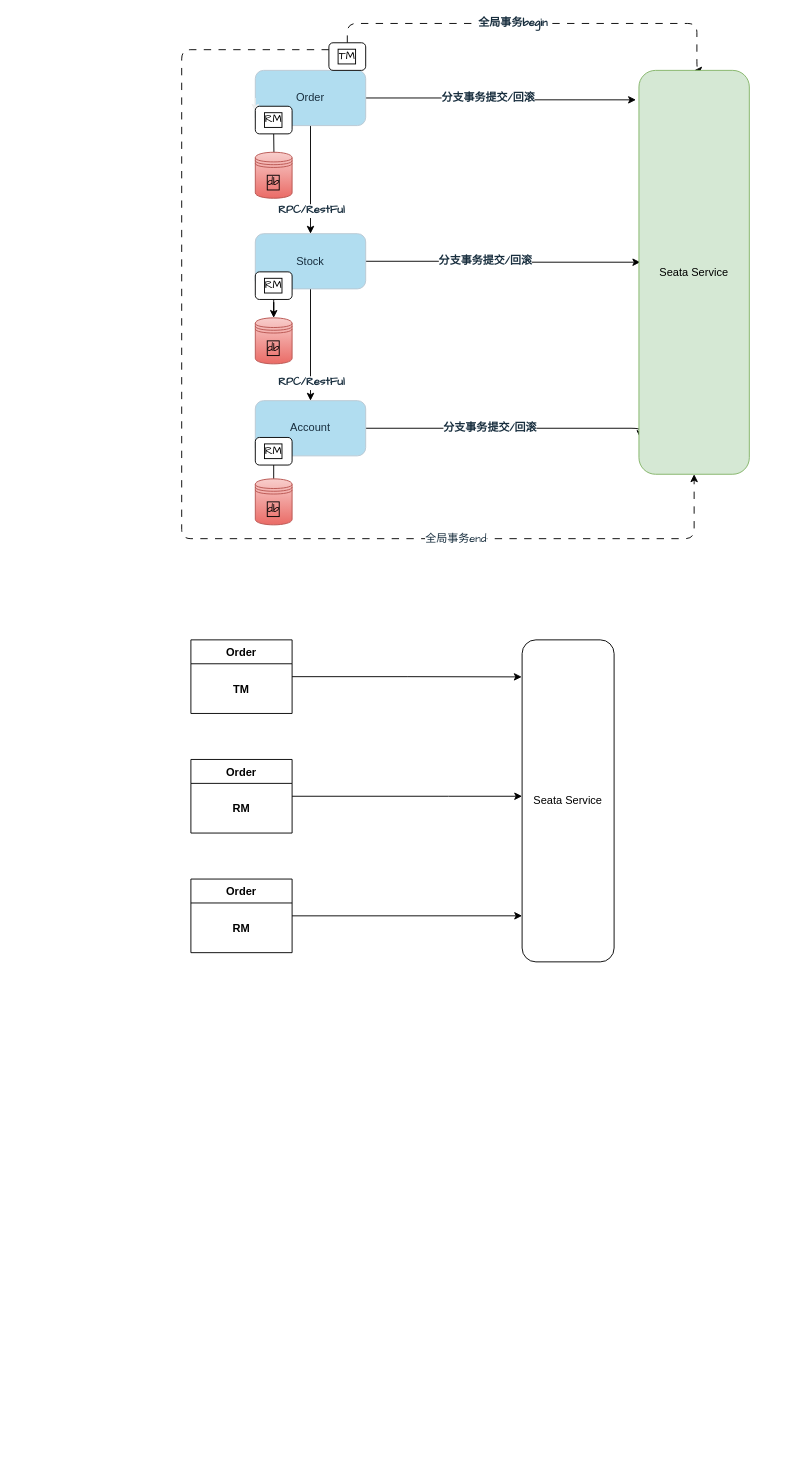
lints123/draw_project keeps this draw.io diagram as 分布式事务.drawio. Above is the earlier version. Source tidied: cells renumbered, new cells numbered last; positions are measured from the earlier drawing's top-left corner, leaving out a move shared by most shapes. Both pictures are drawn from the tidied source at 92%, with x=0, y=0 at pixel (181, 23).
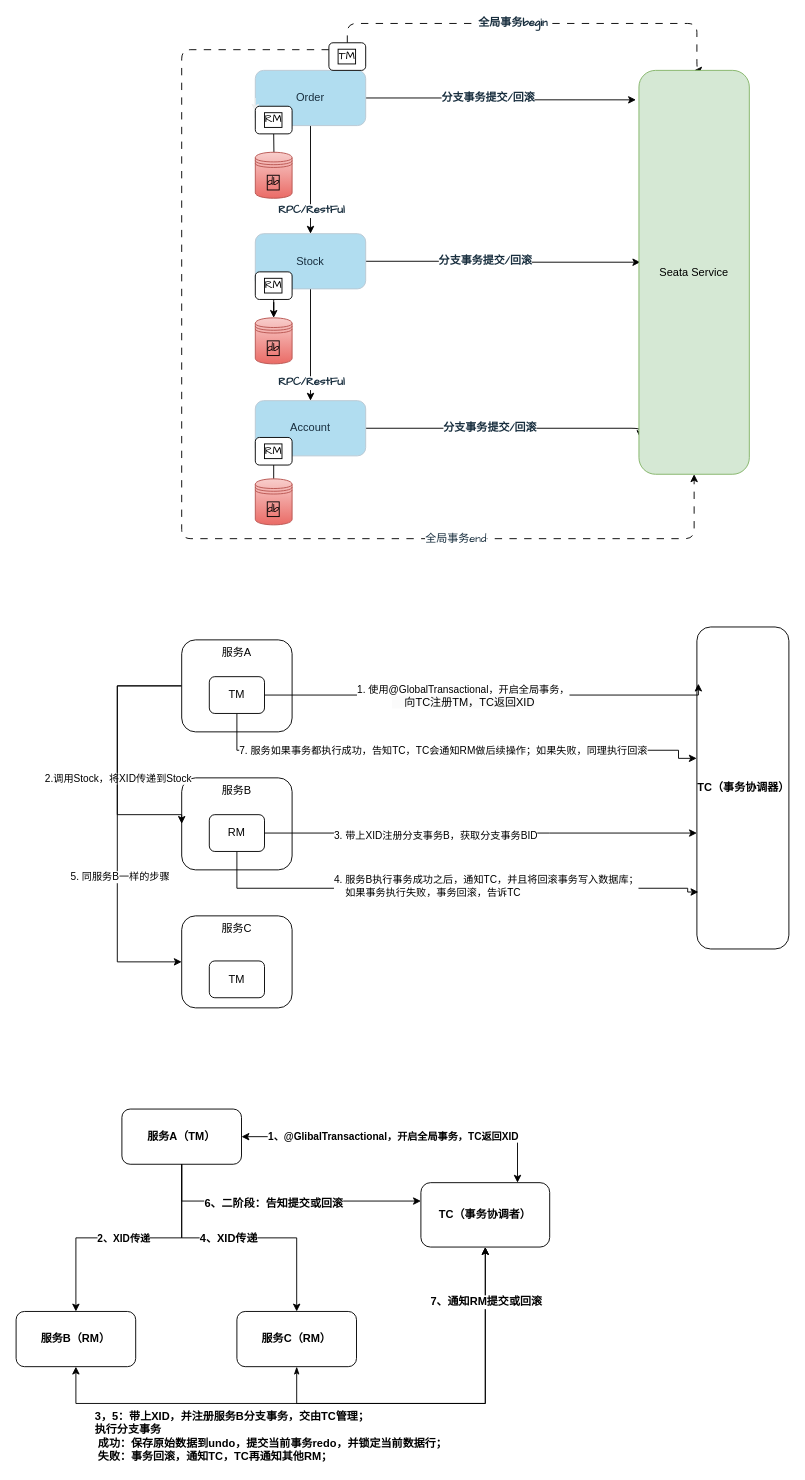
After the change.

Commit message (it also covers changes not shown here):
更新分布式事务.drawio

What changed in the source:
```diff
@@
+    <mxCell id="41" value="服务A（TM）" style="rounded=1;whiteSpace=wrap;html=1;glass=0;fontStyle=1;" parent="1" vertex="1">
+      <mxGeometry x="-65" y="1180" width="130" height="60" as="geometry" />
+    </mxCell>
+    <mxCell id="42" value="服务B" style="rounded=1;glass=0;verticalAlign=top;whiteSpace=wrap;" parent="1" vertex="1">
+      <mxGeometry y="820" width="120" height="100" as="geometry" />
+    </mxCell>
+    <mxCell id="43" style="edgeStyle=orthogonalEdgeStyle;rounded=0;jettySize=auto;html=1;startArrow=none;startFill=0;entryX=0;entryY=0.5;entryDx=0;entryDy=0;" parent="1" edge="1" source="47" target="42">
+      <mxGeometry relative="1" as="geometry">
+        <Array as="points">
+          <mxPoint x="-70" y="720" />
+          <mxPoint x="-70" y="860" />
+        </Array>
+      </mxGeometry>
+    </mxCell>
+    <mxCell id="44" value="2.调用Stock，将XID传递到Stock" style="edgeLabel;html=1;align=center;verticalAlign=middle;" parent="43" vertex="1">
+      <mxGeometry x="0.17" relative="1" as="geometry" />
+    </mxCell>
+    <mxCell id="45" style="edgeStyle=orthogonalEdgeStyle;rounded=0;jettySize=auto;html=1;startArrow=none;startFill=0;entryX=0;entryY=0.5;entryDx=0;entryDy=0;" parent="1" edge="1" source="47" target="57">
+      <mxGeometry relative="1" as="geometry">
+        <Array as="points">
+          <mxPoint x="-70" y="720" />
+          <mxPoint x="-70" y="1020" />
+        </Array>
+      </mxGeometry>
+    </mxCell>
+    <mxCell id="46" value="5. 同服务B一样的步骤" style="edgeLabel;html=1;align=center;verticalAlign=middle;" parent="45" vertex="1">
+      <mxGeometry x="0.26" y="2" relative="1" as="geometry" />
+    </mxCell>
+    <mxCell id="47" value="服务A" style="rounded=1;glass=0;verticalAlign=top;whiteSpace=wrap;" parent="1" vertex="1">
+      <mxGeometry y="670" width="120" height="100" as="geometry" />
+    </mxCell>
@@
-    <mxCell id="31" style="edgeStyle=orthogonalEdgeStyle;rounded=0;jettySize=auto;html=1;entryX=-0.004;entryY=0.115;entryDx=0;entryDy=0;entryPerimeter=0;" parent="1" edge="1" source="32" target="40">
-      <mxGeometry relative="1" as="geometry" />
-    </mxCell>
-    <mxCell id="32" value="Order" style="swimlane;fontStyle=1;horizontal=1;startSize=26;fillColor=none;swimlaneLine=1;glass=0;rounded=0;swimlaneBody=1;swimlaneHead=1;noLabel=0;portConstraintRotation=0;portConstraint=none;direction=east;snapToPoint=0;perimeter=rectanglePerimeter;align=center;" parent="1" vertex="1">
-      <mxGeometry x="10" y="670" width="110" height="80" as="geometry" />
-    </mxCell>
-    <mxCell id="33" value="TM" style="text;strokeColor=none;fillColor=none;align=center;verticalAlign=middle;spacingLeft=4;spacingRight=4;overflow=hidden;fontStyle=1;" parent="32" vertex="1">
-      <mxGeometry y="26" width="110" height="54" as="geometry" />
-    </mxCell>
+    <mxCell id="40" value="TC（事务协调器）" style="rounded=1;labelBackgroundColor=none;fontStyle=1;whiteSpace=wrap;" parent="1" vertex="1">
+      <mxGeometry x="560" y="656" width="100" height="350" as="geometry" />
+    </mxCell>
+    <mxCell id="48" style="edgeStyle=orthogonalEdgeStyle;rounded=0;jettySize=auto;entryX=0.016;entryY=0.176;entryDx=0;entryDy=0;entryPerimeter=0;startArrow=none;startFill=0;" parent="1" edge="1" source="52" target="40">
+      <mxGeometry relative="1" as="geometry">
+        <Array as="points">
+          <mxPoint x="560" y="730" />
+          <mxPoint x="560" y="730" />
+        </Array>
+      </mxGeometry>
+    </mxCell>
+    <mxCell id="49" value="1. 使用@GlobalTransactional，开启全局事务，&lt;br style=&quot;border-color: var(--border-color); padding: 0px; margin: 0px; font-size: 12px; text-align: left; background-color: rgb(251, 251, 251);&quot;&gt;&lt;span style=&quot;font-size: 12px; text-align: left; background-color: rgb(251, 251, 251);&quot;&gt;&amp;nbsp; &amp;nbsp; 向TC注册TM，TC返回XID&lt;/span&gt;" style="edgeLabel;html=1;align=center;verticalAlign=middle;" parent="48" vertex="1">
+      <mxGeometry x="-0.16" relative="1" as="geometry">
+        <mxPoint x="12" as="offset" />
+      </mxGeometry>
+    </mxCell>
+    <mxCell id="50" style="edgeStyle=orthogonalEdgeStyle;rounded=0;jettySize=auto;html=1;entryX=-0.002;entryY=0.408;entryDx=0;entryDy=0;entryPerimeter=0;startArrow=none;startFill=0;" parent="1" edge="1" source="52" target="40">
+      <mxGeometry relative="1" as="geometry">
+        <Array as="points">
+          <mxPoint x="60" y="790" />
+          <mxPoint x="540" y="790" />
+        </Array>
+      </mxGeometry>
+    </mxCell>
+    <mxCell id="51" value="7. 服务如果事务都执行成功，告知TC，TC会通知RM做后续操作；如果失败，同理执行回滚" style="edgeLabel;html=1;align=left;verticalAlign=middle;" parent="50" vertex="1">
+      <mxGeometry x="-0.44" relative="1" as="geometry">
+        <mxPoint x="-113" as="offset" />
+      </mxGeometry>
+    </mxCell>
+    <mxCell id="52" value="TM" style="rounded=1;glass=0;whiteSpace=wrap;" parent="1" vertex="1">
+      <mxGeometry x="30" y="710" width="60" height="40" as="geometry" />
+    </mxCell>
+    <mxCell id="53" style="edgeStyle=orthogonalEdgeStyle;rounded=0;jettySize=auto;html=1;startArrow=none;startFill=0;entryX=0.016;entryY=0.823;entryDx=0;entryDy=0;entryPerimeter=0;" parent="1" edge="1" source="55" target="40">
+      <mxGeometry relative="1" as="geometry">
+        <Array as="points">
+          <mxPoint x="60" y="940" />
+          <mxPoint x="550" y="940" />
+          <mxPoint x="550" y="944" />
+        </Array>
+      </mxGeometry>
+    </mxCell>
+    <mxCell id="54" value="4. 服务B执行事务成功之后，通知TC，并且将回滚事务写入数据库；&lt;br style=&quot;border-color: var(--border-color);&quot;&gt;&lt;span style=&quot;&quot;&gt;&amp;nbsp; &amp;nbsp; 如果事务执行失败，事务回滚，告诉TC&lt;/span&gt;" style="edgeLabel;html=1;align=left;verticalAlign=middle;" parent="53" vertex="1">
+      <mxGeometry x="-0.5" y="3" relative="1" as="geometry">
+        <mxPoint x="8" as="offset" />
+      </mxGeometry>
+    </mxCell>
+    <mxCell id="55" value="RM" style="rounded=1;glass=0;whiteSpace=wrap;" parent="1" vertex="1">
+      <mxGeometry x="30" y="860" width="60" height="40" as="geometry" />
+    </mxCell>
-    <mxCell id="34" style="edgeStyle=orthogonalEdgeStyle;rounded=0;jettySize=auto;html=1;" parent="1" edge="1" source="35" target="40">
+    <mxCell id="34" style="edgeStyle=orthogonalEdgeStyle;rounded=0;jettySize=auto;exitX=1;exitY=0.5;exitDx=0;exitDy=0;" parent="1" edge="1" source="55" target="40">
       <mxGeometry relative="1" as="geometry">
         <Array as="points">
-          <mxPoint x="290" y="840" />
-          <mxPoint x="290" y="840" />
+          <mxPoint x="400" y="880" />
+          <mxPoint x="400" y="880" />
         </Array>
       </mxGeometry>
     </mxCell>
-    <mxCell id="35" value="Order" style="swimlane;fontStyle=1;horizontal=1;startSize=26;fillColor=none;swimlaneLine=1;glass=0;rounded=0;swimlaneBody=1;swimlaneHead=1;noLabel=0;portConstraintRotation=0;portConstraint=none;direction=east;snapToPoint=0;perimeter=rectanglePerimeter;align=center;" parent="1" vertex="1">
-      <mxGeometry x="10" y="800" width="110" height="80" as="geometry" />
-    </mxCell>
-    <mxCell id="36" value="RM" style="text;strokeColor=none;fillColor=none;align=center;verticalAlign=middle;spacingLeft=4;spacingRight=4;overflow=hidden;fontStyle=1;" parent="35" vertex="1">
-      <mxGeometry y="26" width="110" height="54" as="geometry" />
-    </mxCell>
-    <mxCell id="37" style="edgeStyle=none;rounded=0;jettySize=auto;html=1;entryX=0;entryY=0.857;entryDx=0;entryDy=0;entryPerimeter=0;startArrow=none;startFill=0;" parent="1" edge="1" source="38" target="40">
-      <mxGeometry relative="1" as="geometry" />
-    </mxCell>
-    <mxCell id="38" value="Order" style="swimlane;fontStyle=1;horizontal=1;startSize=26;fillColor=none;swimlaneLine=1;glass=0;rounded=0;swimlaneBody=1;swimlaneHead=1;noLabel=0;portConstraintRotation=0;portConstraint=none;direction=east;snapToPoint=0;perimeter=rectanglePerimeter;align=center;" parent="1" vertex="1">
-      <mxGeometry x="10" y="930" width="110" height="80" as="geometry" />
-    </mxCell>
-    <mxCell id="39" value="RM" style="text;strokeColor=none;fillColor=none;align=center;verticalAlign=middle;spacingLeft=4;spacingRight=4;overflow=hidden;fontStyle=1;" parent="38" vertex="1">
-      <mxGeometry y="26" width="110" height="54" as="geometry" />
-    </mxCell>
-    <mxCell id="40" value="Seata Service" style="rounded=1;whiteSpace=wrap;html=1;labelBackgroundColor=none;" parent="1" vertex="1">
-      <mxGeometry x="370" y="670" width="100" height="350" as="geometry" />
-    </mxCell>
+    <mxCell id="56" value="3. 带上XID注册分支事务B，获取分支事务BID" style="edgeLabel;html=1;align=left;verticalAlign=middle;" parent="34" vertex="1">
+      <mxGeometry x="-0.68" y="-2" relative="1" as="geometry">
+        <mxPoint x="-1" as="offset" />
+      </mxGeometry>
+    </mxCell>
+    <mxCell id="57" value="服务C" style="rounded=1;glass=0;verticalAlign=top;whiteSpace=wrap;" parent="1" vertex="1">
+      <mxGeometry y="970" width="120" height="100" as="geometry" />
+    </mxCell>
+    <mxCell id="58" value="TM" style="rounded=1;glass=0;whiteSpace=wrap;" parent="1" vertex="1">
+      <mxGeometry x="30" y="1019" width="60" height="40" as="geometry" />
+    </mxCell>
+    <mxCell id="59" style="edgeStyle=orthogonalEdgeStyle;rounded=0;jettySize=auto;html=1;startArrow=classicThin;startFill=1;fontStyle=1;" parent="1" edge="1" source="60" target="65">
+      <mxGeometry relative="1" as="geometry">
+        <Array as="points">
+          <mxPoint x="125" y="1500" />
+          <mxPoint x="330" y="1500" />
+        </Array>
+      </mxGeometry>
+    </mxCell>
+    <mxCell id="60" value="服务C（RM）" style="rounded=1;whiteSpace=wrap;html=1;glass=0;fontStyle=1;" parent="1" vertex="1">
+      <mxGeometry x="60" y="1400" width="130" height="60" as="geometry" />
+    </mxCell>
+    <mxCell id="61" style="edgeStyle=orthogonalEdgeStyle;rounded=0;jettySize=auto;html=1;startArrow=classic;startFill=1;fontStyle=1;" parent="1" edge="1" source="64" target="65">
+      <mxGeometry relative="1" as="geometry">
+        <Array as="points">
+          <mxPoint x="-115" y="1500" />
+          <mxPoint x="330" y="1500" />
+        </Array>
+      </mxGeometry>
+    </mxCell>
+    <mxCell id="62" value="3，5：带上XID，并注册服务B分支事务，交由TC管理；&lt;br&gt;执行分支事务&lt;br&gt;&lt;span style=&quot;white-space: pre;&quot;&gt; &lt;/span&gt;成功：保存原始数据到undo，提交当前事务redo，并锁定当前数据行；&lt;span style=&quot;white-space: pre;&quot;&gt; &lt;/span&gt;&lt;br&gt;&lt;span style=&quot;white-space: pre;&quot;&gt; &lt;/span&gt;失败：事务回滚，通知TC，TC再通知其他RM；" style="edgeLabel;align=left;verticalAlign=top;fontStyle=1;fontSize=12;html=1;spacingTop=3;spacing=2;" parent="61" vertex="1">
+      <mxGeometry x="-0.77" y="2" relative="1" as="geometry">
+        <mxPoint x="-16" as="offset" />
+      </mxGeometry>
+    </mxCell>
+    <mxCell id="63" value="7、通知RM提交或回滚" style="edgeLabel;html=1;align=center;verticalAlign=middle;fontSize=12;fontStyle=1;" parent="61" vertex="1">
+      <mxGeometry x="0.82" relative="1" as="geometry" />
+    </mxCell>
+    <mxCell id="64" value="服务B（RM）" style="rounded=1;whiteSpace=wrap;html=1;glass=0;fontStyle=1;" parent="1" vertex="1">
+      <mxGeometry x="-180" y="1400" width="130" height="60" as="geometry" />
+    </mxCell>
+    <mxCell id="65" value="TC（事务协调者）" style="rounded=1;whiteSpace=wrap;html=1;glass=0;fontStyle=1;" parent="1" vertex="1">
+      <mxGeometry x="260" y="1260" width="140" height="70" as="geometry" />
+    </mxCell>
+    <mxCell id="66" value="1、@GlibalTransactional，开启全局事务，TC返回XID" style="edgeStyle=orthogonalEdgeStyle;rounded=0;jettySize=auto;html=1;startArrow=classic;startFill=1;fontStyle=1;entryX=0.75;entryY=0;entryDx=0;entryDy=0;" parent="1" edge="1" source="41" target="65">
+      <mxGeometry x="-0.06" relative="1" as="geometry" />
+    </mxCell>
+    <mxCell id="67" style="edgeStyle=orthogonalEdgeStyle;rounded=0;jettySize=auto;html=1;startArrow=none;startFill=0;fontStyle=1;" parent="1" edge="1" source="41" target="64">
+      <mxGeometry relative="1" as="geometry" />
+    </mxCell>
+    <mxCell id="68" value="2、XID传递" style="edgeLabel;html=1;align=center;verticalAlign=middle;fontStyle=1;" parent="67" vertex="1">
+      <mxGeometry x="-0.19" relative="1" as="geometry">
+        <mxPoint x="-33" as="offset" />
+      </mxGeometry>
+    </mxCell>
+    <mxCell id="69" style="edgeStyle=orthogonalEdgeStyle;rounded=0;jettySize=auto;html=1;startArrow=none;startFill=0;fontStyle=1;" parent="1" edge="1" source="41" target="60">
+      <mxGeometry relative="1" as="geometry">
+        <Array as="points">
+          <mxPoint y="1320" />
+          <mxPoint x="125" y="1320" />
+        </Array>
+      </mxGeometry>
+    </mxCell>
+    <mxCell id="70" value="4、XID传递" style="edgeLabel;html=1;align=center;verticalAlign=middle;fontSize=12;fontStyle=1;" parent="69" vertex="1">
+      <mxGeometry x="-0.15" relative="1" as="geometry">
+        <mxPoint x="9" as="offset" />
+      </mxGeometry>
+    </mxCell>
+    <mxCell id="71" style="edgeStyle=orthogonalEdgeStyle;rounded=0;jettySize=auto;html=1;fontSize=12;startArrow=none;startFill=0;fontStyle=1;" parent="1" edge="1" source="41">
+      <mxGeometry relative="1" as="geometry">
+        <mxPoint x="260" y="1280" as="targetPoint" />
+        <Array as="points">
+          <mxPoint y="1280" />
+          <mxPoint x="260" y="1280" />
+        </Array>
+      </mxGeometry>
+    </mxCell>
+    <mxCell id="72" value="6、二阶段：告知提交或回滚" style="edgeLabel;html=1;align=center;verticalAlign=middle;fontSize=12;fontStyle=1;" parent="71" vertex="1">
+      <mxGeometry x="-0.48" y="-2" relative="1" as="geometry">
+        <mxPoint x="61" as="offset" />
+      </mxGeometry>
+    </mxCell>
```
